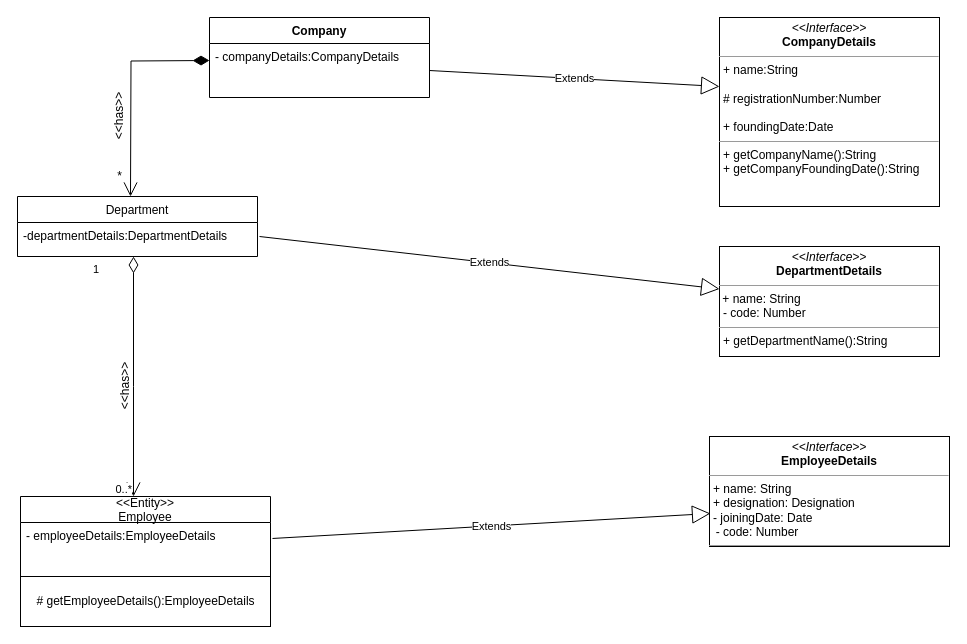
This is Assignment6/Company Diagram.drawio from manuRmgx/superwings, a draw.io file, before an edit. Source tidied: cells renumbered, new cells numbered last; positions are measured from the earlier drawing's top-left corner, leaving out a move shared by most shapes. Both pictures are drawn from the tidied source at 100%, with x=0, y=0 at pixel (17, 17).
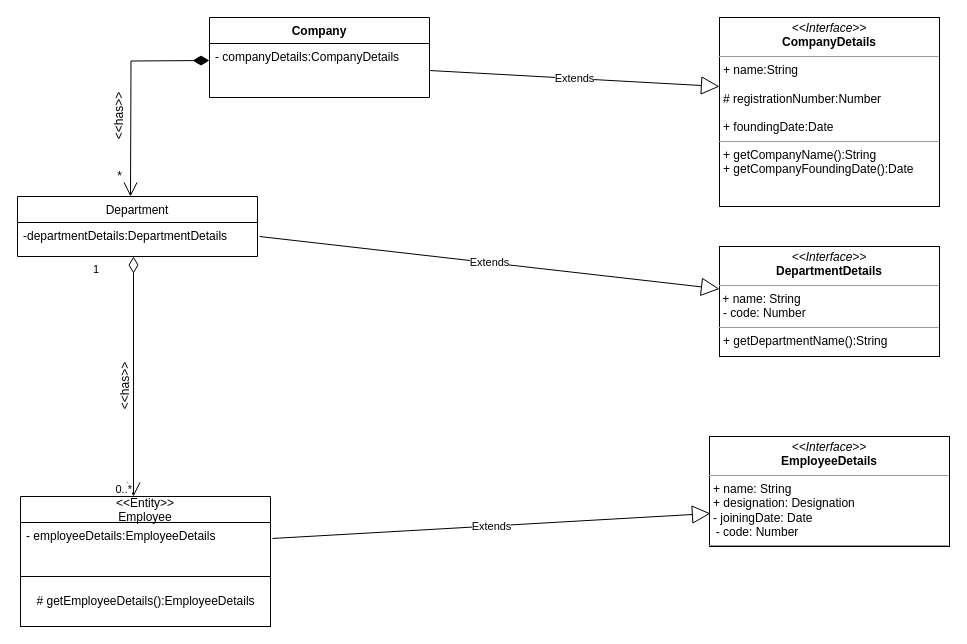
The same diagram, later.

Change to the diagram source:
```diff
@@
-    <mxCell id="16" value="&lt;p style=&quot;margin: 0px ; margin-top: 4px ; text-align: center&quot;&gt;&lt;i&gt;&amp;lt;&amp;lt;Interface&amp;gt;&amp;gt;&lt;/i&gt;&lt;br&gt;&lt;b&gt;CompanyDetails&lt;/b&gt;&lt;/p&gt;&lt;hr size=&quot;1&quot;&gt;&lt;p style=&quot;margin: 0px ; margin-left: 4px&quot;&gt;+ name:String&lt;br style=&quot;padding: 0px ; margin: 0px&quot;&gt;&lt;br style=&quot;padding: 0px ; margin: 0px&quot;&gt;# registrationNumber:Number&lt;br style=&quot;padding: 0px ; margin: 0px&quot;&gt;&lt;br style=&quot;padding: 0px ; margin: 0px&quot;&gt;+ foundingDate:Date&lt;br&gt;&lt;/p&gt;&lt;hr size=&quot;1&quot;&gt;&lt;p style=&quot;margin: 0px ; margin-left: 4px&quot;&gt;+ getCompanyName():String&lt;/p&gt;&lt;p style=&quot;margin: 0px ; margin-left: 4px&quot;&gt;+ getCompanyFoundingDate():String&lt;/p&gt;&lt;p style=&quot;margin: 0px ; margin-left: 4px&quot;&gt;&lt;br&gt;&lt;/p&gt;" style="verticalAlign=top;align=left;overflow=fill;fontSize=12;fontFamily=Helvetica;html=1;" parent="1" vertex="1">
+    <mxCell id="16" value="&lt;p style=&quot;margin: 0px ; margin-top: 4px ; text-align: center&quot;&gt;&lt;i&gt;&amp;lt;&amp;lt;Interface&amp;gt;&amp;gt;&lt;/i&gt;&lt;br&gt;&lt;b&gt;CompanyDetails&lt;/b&gt;&lt;/p&gt;&lt;hr size=&quot;1&quot;&gt;&lt;p style=&quot;margin: 0px ; margin-left: 4px&quot;&gt;+ name:String&lt;br style=&quot;padding: 0px ; margin: 0px&quot;&gt;&lt;br style=&quot;padding: 0px ; margin: 0px&quot;&gt;# registrationNumber:Number&lt;br style=&quot;padding: 0px ; margin: 0px&quot;&gt;&lt;br style=&quot;padding: 0px ; margin: 0px&quot;&gt;+ foundingDate:Date&lt;br&gt;&lt;/p&gt;&lt;hr size=&quot;1&quot;&gt;&lt;p style=&quot;margin: 0px ; margin-left: 4px&quot;&gt;+ getCompanyName():String&lt;/p&gt;&lt;p style=&quot;margin: 0px ; margin-left: 4px&quot;&gt;+ getCompanyFoundingDate():Date&lt;/p&gt;&lt;p style=&quot;margin: 0px ; margin-left: 4px&quot;&gt;&lt;br&gt;&lt;/p&gt;" style="verticalAlign=top;align=left;overflow=fill;fontSize=12;fontFamily=Helvetica;html=1;" parent="1" vertex="1">
       <mxGeometry x="702" width="220" height="189" as="geometry" />
     </mxCell>
```
